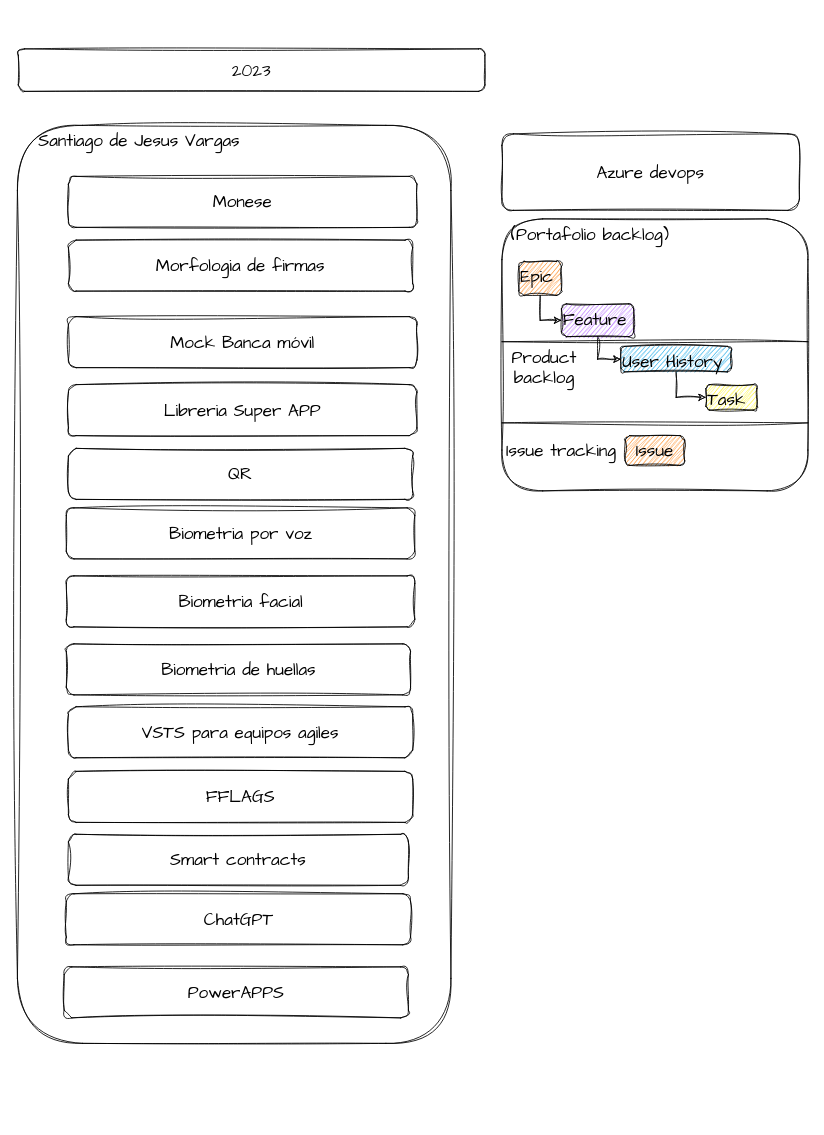
The draw.io diagram page "POC" (2 of 2) of Custodia iniciativas.drawio in santiagovb/Diagramas, before the edit. Source tidied: cells renumbered, new cells numbered last; positions are measured from the earlier drawing's top-left corner, leaving out a move shared by most shapes. Both pictures are drawn from the tidied source at 85%, with x=0, y=0 at pixel (17, 48).
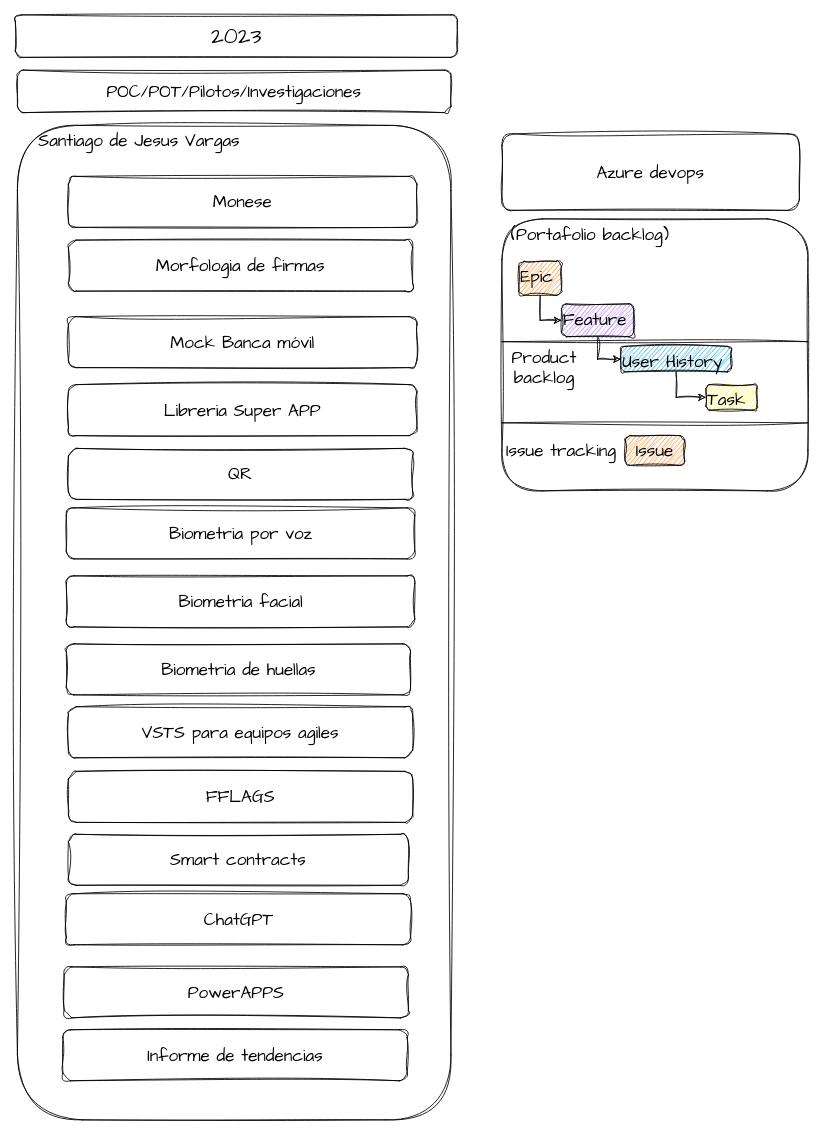
Above is the later version.

Diff of the diagram source:
```diff
@@
     <mxCell id="2" value="Santiago de Jesus Vargas" style="rounded=1;whiteSpace=wrap;html=1;sketch=1;hachureGap=4;jiggle=2;curveFitting=1;fontFamily=Architects Daughter;fontSize=20;fontColor=#000000;labelBackgroundColor=none;verticalAlign=top;align=left;spacingLeft=23;" parent="1" vertex="1">
-      <mxGeometry y="90" width="510" height="1080" as="geometry" />
+      <mxGeometry y="90" width="510" height="1170" as="geometry" />
     </mxCell>
@@
-    <mxCell id="16" value="2023" style="whiteSpace=wrap;html=1;fontSize=20;fontFamily=Architects Daughter;fontColor=#000000;rounded=1;sketch=1;hachureGap=4;jiggle=2;curveFitting=1;labelBackgroundColor=none;" parent="1" vertex="1">
-      <mxGeometry x="1" width="549" height="50" as="geometry" />
+    <mxCell id="16" value="&lt;font style=&quot;font-size: 26px;&quot;&gt;2023&lt;/font&gt;" style="whiteSpace=wrap;html=1;fontSize=20;fontFamily=Architects Daughter;fontColor=#000000;rounded=1;sketch=1;hachureGap=4;jiggle=2;curveFitting=1;labelBackgroundColor=none;" parent="1" vertex="1">
+      <mxGeometry x="-2.5" y="-40" width="520" height="50" as="geometry" />
     </mxCell>
@@
+    <mxCell id="31" value="POC/POT/Pilotos/Investigaciones" style="whiteSpace=wrap;html=1;fontSize=20;fontFamily=Architects Daughter;fontColor=#000000;rounded=1;sketch=1;hachureGap=4;jiggle=2;curveFitting=1;labelBackgroundColor=none;" parent="1" vertex="1">
+      <mxGeometry y="25" width="510" height="50" as="geometry" />
+    </mxCell>
+    <mxCell id="32" value="Informe de tendencias" style="rounded=1;whiteSpace=wrap;html=1;sketch=1;hachureGap=4;jiggle=2;curveFitting=1;fontFamily=Architects Daughter;fontSize=20;fontColor=#000000;labelBackgroundColor=none;" parent="1" vertex="1">
+      <mxGeometry x="53.5" y="1154" width="405" height="60" as="geometry" />
+    </mxCell>
```
